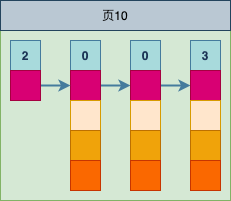
Earlier version of the draw.io export assets/记录放到页里边的示意图.png (gwwwwt/mysql_8.0.4). Source tidied: cells renumbered, new cells last; positions are measured from the earlier drawing's top-left corner, leaving out a move shared by most shapes.
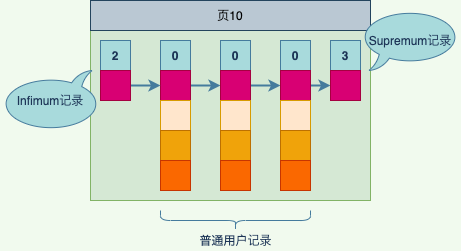
The same file after the commit.

Commit message:
Update 记录放到页里边的示意图.png

The edit, as a diff of the source:
```diff
@@ -3,7 +3,7 @@
     <mxCell id="0" />
     <mxCell id="1" parent="0" />
     <mxCell id="2" style="rounded=0;whiteSpace=wrap;html=1;sketch=0;strokeColor=#82b366;fillColor=#d5e8d4;" parent="1" vertex="1">
-      <mxGeometry y="30" width="230" height="170" as="geometry" />
+      <mxGeometry y="30" width="280" height="170" as="geometry" />
     </mxCell>
     <mxCell id="3" value="0" style="rounded=0;whiteSpace=wrap;html=1;sketch=0;fontColor=#1D3557;strokeColor=#457B9D;fillColor=#A8DADC;fontStyle=1;" parent="1" vertex="1">
       <mxGeometry x="70" y="40" width="30" height="30" as="geometry" />
@@ -24,7 +24,7 @@
       <mxGeometry x="70" y="160" width="30" height="30" as="geometry" />
     </mxCell>
     <mxCell id="9" value="页10" style="rounded=0;whiteSpace=wrap;html=1;sketch=0;strokeColor=#23445d;fillColor=#bac8d3;" parent="1" vertex="1">
-      <mxGeometry width="230" height="30" as="geometry" />
+      <mxGeometry width="280" height="30" as="geometry" />
     </mxCell>
     <mxCell id="10" value="0" style="rounded=0;whiteSpace=wrap;html=1;sketch=0;fontColor=#1D3557;strokeColor=#457B9D;fillColor=#A8DADC;fontStyle=1;" parent="1" vertex="1">
       <mxGeometry x="130" y="40" width="30" height="30" as="geometry" />
@@ -44,9 +44,12 @@
     <mxCell id="15" style="rounded=0;whiteSpace=wrap;html=1;sketch=0;strokeColor=#C73500;fillColor=#fa6800;fontStyle=1;fontColor=#000000;" parent="1" vertex="1">
       <mxGeometry x="130" y="160" width="30" height="30" as="geometry" />
     </mxCell>
-    <mxCell id="16" value="3" style="rounded=0;whiteSpace=wrap;html=1;sketch=0;fontColor=#1D3557;strokeColor=#457B9D;fillColor=#A8DADC;fontStyle=1;" parent="1" vertex="1">
+    <mxCell id="16" value="0" style="rounded=0;whiteSpace=wrap;html=1;sketch=0;fontColor=#1D3557;strokeColor=#457B9D;fillColor=#A8DADC;fontStyle=1;" parent="1" vertex="1">
       <mxGeometry x="190" y="40" width="30" height="30" as="geometry" />
     </mxCell>
+    <mxCell id="24" style="edgeStyle=orthogonalEdgeStyle;curved=0;rounded=1;sketch=0;jettySize=auto;html=1;exitX=1;exitY=0.5;exitDx=0;exitDy=0;fontColor=#1D3557;strokeColor=#457B9D;strokeWidth=2;fillColor=#A8DADC;" parent="1" edge="1" source="17" target="26">
+      <mxGeometry relative="1" as="geometry" />
+    </mxCell>
     <mxCell id="17" style="rounded=0;whiteSpace=wrap;html=1;sketch=0;strokeColor=#A50040;fillColor=#d80073;fontStyle=1;fontColor=#ffffff;" parent="1" vertex="1">
       <mxGeometry x="190" y="70" width="30" height="30" as="geometry" />
     </mxCell>
@@ -68,5 +71,23 @@
     <mxCell id="23" style="rounded=0;whiteSpace=wrap;html=1;sketch=0;strokeColor=#A50040;fillColor=#d80073;fontStyle=1;fontColor=#ffffff;" parent="1" vertex="1">
       <mxGeometry x="10" y="70" width="30" height="30" as="geometry" />
     </mxCell>
+    <mxCell id="25" value="3" style="rounded=0;whiteSpace=wrap;html=1;sketch=0;fontColor=#1D3557;strokeColor=#457B9D;fillColor=#A8DADC;fontStyle=1;" parent="1" vertex="1">
+      <mxGeometry x="240" y="40" width="30" height="30" as="geometry" />
+    </mxCell>
+    <mxCell id="26" style="rounded=0;whiteSpace=wrap;html=1;sketch=0;strokeColor=#A50040;fillColor=#d80073;fontStyle=1;fontColor=#ffffff;" parent="1" vertex="1">
+      <mxGeometry x="240" y="70" width="30" height="30" as="geometry" />
+    </mxCell>
+    <mxCell id="27" style="shape=curlyBracket;whiteSpace=wrap;html=1;rounded=1;flipH=1;sketch=0;fontColor=#1D3557;strokeColor=#457B9D;fillColor=#A8DADC;direction=north;" parent="1" vertex="1">
+      <mxGeometry x="70" y="210" width="150" height="20" as="geometry" />
+    </mxCell>
+    <mxCell id="28" value="普通用户记录" style="text;html=1;strokeColor=none;fillColor=none;align=center;verticalAlign=middle;whiteSpace=wrap;rounded=0;sketch=0;fontColor=#1D3557;" parent="1" vertex="1">
+      <mxGeometry x="107.5" y="230" width="75" height="20" as="geometry" />
+    </mxCell>
+    <mxCell id="29" value="Supremum记录" style="whiteSpace=wrap;html=1;shape=mxgraph.basic.oval_callout;rounded=0;sketch=0;fontColor=#1D3557;strokeColor=#457B9D;fillColor=#A8DADC;" parent="1" vertex="1">
+      <mxGeometry x="270" y="10" width="100" height="60" as="geometry" />
+    </mxCell>
+    <mxCell id="30" value="Infimum记录" style="whiteSpace=wrap;html=1;shape=mxgraph.basic.oval_callout;rounded=0;sketch=0;fontColor=#1D3557;strokeColor=#457B9D;fillColor=#A8DADC;direction=west;" parent="1" vertex="1">
+      <mxGeometry x="-90" y="70" width="100" height="60" as="geometry" />
+    </mxCell>
   </root>
 </mxGraphModel>
```
